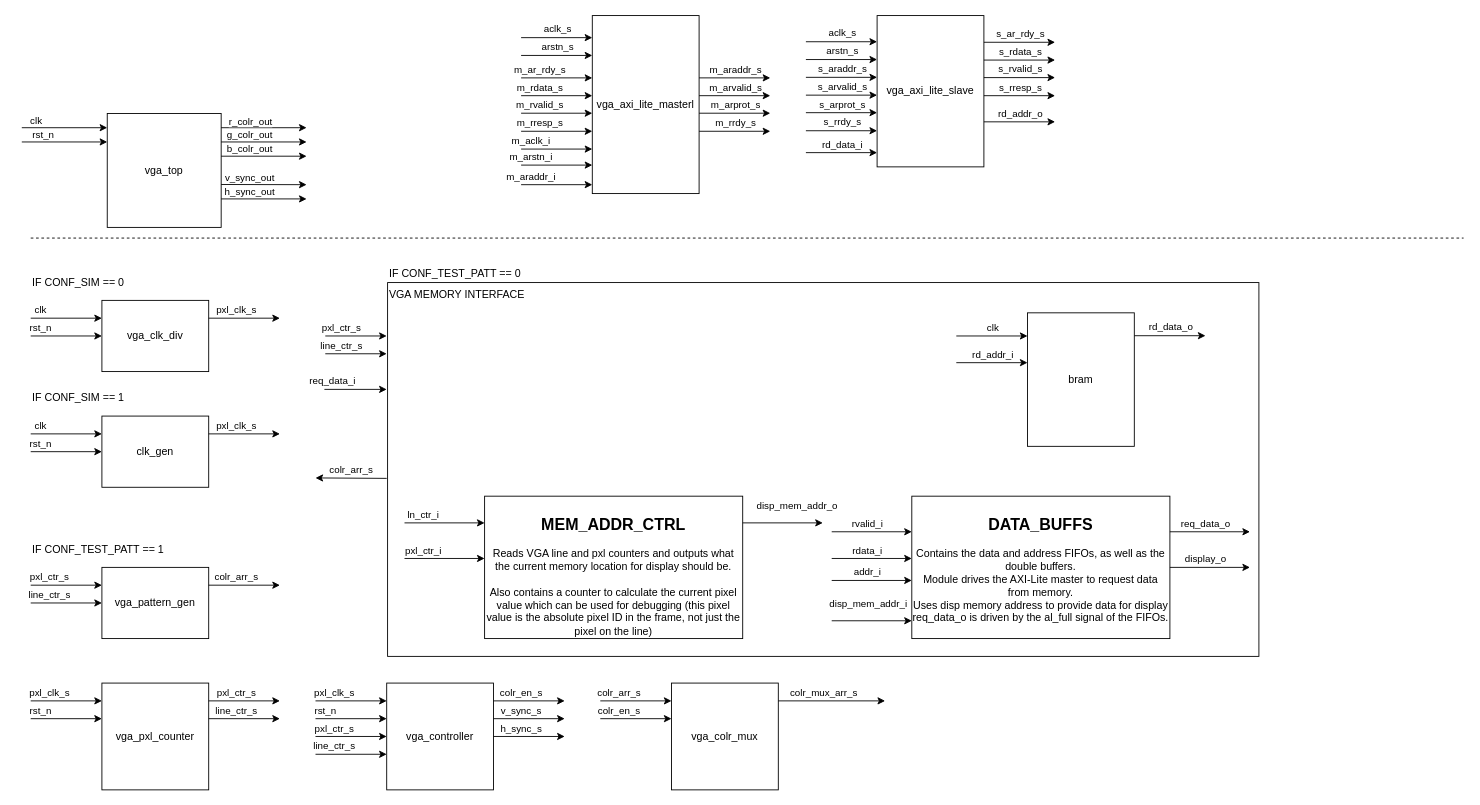
T-Szymk/VGA_Controller keeps this draw.io diagram as page "vga_arch_int_BRAM" (3 of 5) of docs/top_lvl_block_diagram.drawio. Above is the earlier version. Source tidied: cells renumbered, new cells numbered last; positions are measured from the earlier drawing's top-left corner, leaving out a move shared by most shapes. Both pictures are drawn from the tidied source at 89%, with x=0, y=0 at pixel (21, 15).
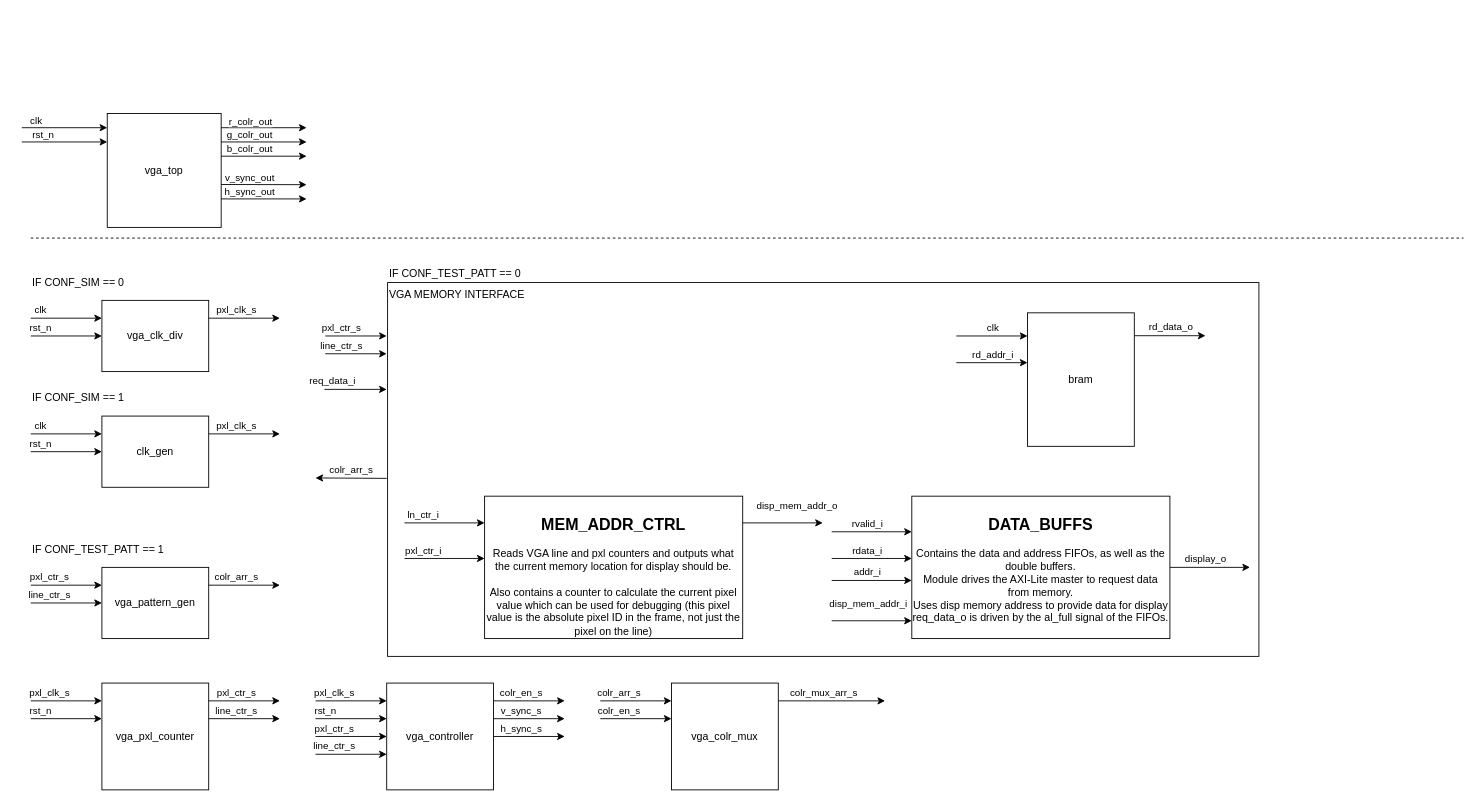
Above is the later version.

Change to the diagram source:
```diff
@@
-    <mxCell id="68" value="vga_axi_lite_masterl" style="rounded=0;whiteSpace=wrap;html=1;" parent="1" vertex="1">
-      <mxGeometry x="641" width="120" height="200" as="geometry" />
-    </mxCell>
@@
-    <mxCell id="70" value="vga_axi_lite_slave" style="rounded=0;whiteSpace=wrap;html=1;" parent="1" vertex="1">
-      <mxGeometry x="961" width="120" height="170" as="geometry" />
-    </mxCell>
@@
-    <mxCell id="75" style="endArrow=classic;html=1;rounded=0;entryX=0;entryY=0.25;entryDx=0;entryDy=0;" parent="1" edge="1">
-      <mxGeometry relative="1" as="geometry">
-        <mxPoint x="561" y="70" as="sourcePoint" />
-        <mxPoint x="641" y="70" as="targetPoint" />
-      </mxGeometry>
-    </mxCell>
-    <mxCell id="76" value="m_ar_rdy_s" style="edgeLabel;html=1;align=center;verticalAlign=middle;" parent="75" vertex="1">
-      <mxGeometry x="-0.47" y="2" relative="1" as="geometry">
-        <mxPoint x="-1" y="-8" as="offset" />
-      </mxGeometry>
-    </mxCell>
-    <mxCell id="77" style="endArrow=classic;html=1;rounded=0;entryX=0;entryY=0.25;entryDx=0;entryDy=0;" parent="1" edge="1">
-      <mxGeometry relative="1" as="geometry">
-        <mxPoint x="561" y="24.8" as="sourcePoint" />
-        <mxPoint x="641" y="24.8" as="targetPoint" />
-      </mxGeometry>
-    </mxCell>
-    <mxCell id="78" value="aclk_s" style="edgeLabel;html=1;align=center;verticalAlign=middle;" parent="77" vertex="1">
-      <mxGeometry x="-0.47" y="2" relative="1" as="geometry">
-        <mxPoint x="19" y="-8" as="offset" />
-      </mxGeometry>
-    </mxCell>
-    <mxCell id="79" style="endArrow=classic;html=1;rounded=0;entryX=0;entryY=0.25;entryDx=0;entryDy=0;" parent="1" edge="1">
-      <mxGeometry relative="1" as="geometry">
-        <mxPoint x="561" y="44.8" as="sourcePoint" />
-        <mxPoint x="641" y="44.8" as="targetPoint" />
-      </mxGeometry>
-    </mxCell>
-    <mxCell id="80" value="arstn_s" style="edgeLabel;html=1;align=center;verticalAlign=middle;" parent="79" vertex="1">
-      <mxGeometry x="-0.47" y="2" relative="1" as="geometry">
-        <mxPoint x="19" y="-8" as="offset" />
-      </mxGeometry>
-    </mxCell>
-    <mxCell id="81" style="endArrow=classic;html=1;rounded=0;entryX=0;entryY=0.25;entryDx=0;entryDy=0;" parent="1" edge="1">
-      <mxGeometry relative="1" as="geometry">
-        <mxPoint x="761" y="70" as="sourcePoint" />
-        <mxPoint x="841" y="70" as="targetPoint" />
-      </mxGeometry>
-    </mxCell>
-    <mxCell id="82" value="m_araddr_s" style="edgeLabel;html=1;align=center;verticalAlign=middle;" parent="81" vertex="1">
-      <mxGeometry x="-0.47" y="2" relative="1" as="geometry">
-        <mxPoint x="19" y="-8" as="offset" />
-      </mxGeometry>
-    </mxCell>
-    <mxCell id="83" style="endArrow=classic;html=1;rounded=0;entryX=0;entryY=0.25;entryDx=0;entryDy=0;" parent="1" edge="1">
-      <mxGeometry relative="1" as="geometry">
-        <mxPoint x="761" y="90" as="sourcePoint" />
-        <mxPoint x="841" y="90" as="targetPoint" />
-      </mxGeometry>
-    </mxCell>
-    <mxCell id="84" value="m_arvalid_s" style="edgeLabel;html=1;align=center;verticalAlign=middle;" parent="83" vertex="1">
-      <mxGeometry x="-0.47" y="2" relative="1" as="geometry">
-        <mxPoint x="19" y="-8" as="offset" />
-      </mxGeometry>
-    </mxCell>
-    <mxCell id="85" style="endArrow=classic;html=1;rounded=0;entryX=0;entryY=0.25;entryDx=0;entryDy=0;" parent="1" edge="1">
-      <mxGeometry relative="1" as="geometry">
-        <mxPoint x="761" y="109.7" as="sourcePoint" />
-        <mxPoint x="841" y="109.7" as="targetPoint" />
-      </mxGeometry>
-    </mxCell>
-    <mxCell id="86" value="m_arprot_s" style="edgeLabel;html=1;align=center;verticalAlign=middle;" parent="85" vertex="1">
-      <mxGeometry x="-0.47" y="2" relative="1" as="geometry">
-        <mxPoint x="19" y="-8" as="offset" />
-      </mxGeometry>
-    </mxCell>
-    <mxCell id="87" style="endArrow=classic;html=1;rounded=0;entryX=0;entryY=0.25;entryDx=0;entryDy=0;" parent="1" edge="1">
-      <mxGeometry relative="1" as="geometry">
-        <mxPoint x="761" y="130" as="sourcePoint" />
-        <mxPoint x="841" y="130" as="targetPoint" />
-      </mxGeometry>
-    </mxCell>
-    <mxCell id="88" value="m_rrdy_s" style="edgeLabel;html=1;align=center;verticalAlign=middle;" parent="87" vertex="1">
-      <mxGeometry x="-0.47" y="2" relative="1" as="geometry">
-        <mxPoint x="19" y="-8" as="offset" />
-      </mxGeometry>
-    </mxCell>
-    <mxCell id="89" style="endArrow=classic;html=1;rounded=0;entryX=0;entryY=0.25;entryDx=0;entryDy=0;" parent="1" edge="1">
-      <mxGeometry relative="1" as="geometry">
-        <mxPoint x="561" y="90" as="sourcePoint" />
-        <mxPoint x="641" y="90" as="targetPoint" />
-      </mxGeometry>
-    </mxCell>
-    <mxCell id="90" value="m_rdata_s" style="edgeLabel;html=1;align=center;verticalAlign=middle;" parent="89" vertex="1">
-      <mxGeometry x="-0.47" y="2" relative="1" as="geometry">
-        <mxPoint x="-1" y="-8" as="offset" />
-      </mxGeometry>
-    </mxCell>
-    <mxCell id="91" style="endArrow=classic;html=1;rounded=0;entryX=0;entryY=0.25;entryDx=0;entryDy=0;" parent="1" edge="1">
-      <mxGeometry relative="1" as="geometry">
-        <mxPoint x="561" y="109.7" as="sourcePoint" />
-        <mxPoint x="641" y="109.7" as="targetPoint" />
-      </mxGeometry>
-    </mxCell>
-    <mxCell id="92" value="m_rvalid_s" style="edgeLabel;html=1;align=center;verticalAlign=middle;" parent="91" vertex="1">
-      <mxGeometry x="-0.47" y="2" relative="1" as="geometry">
-        <mxPoint x="-1" y="-8" as="offset" />
-      </mxGeometry>
-    </mxCell>
-    <mxCell id="93" style="endArrow=classic;html=1;rounded=0;entryX=0;entryY=0.25;entryDx=0;entryDy=0;" parent="1" edge="1">
-      <mxGeometry relative="1" as="geometry">
-        <mxPoint x="561" y="130" as="sourcePoint" />
-        <mxPoint x="641" y="130" as="targetPoint" />
-      </mxGeometry>
-    </mxCell>
-    <mxCell id="94" value="m_rresp_s" style="edgeLabel;html=1;align=center;verticalAlign=middle;" parent="93" vertex="1">
-      <mxGeometry x="-0.47" y="2" relative="1" as="geometry">
-        <mxPoint x="-1" y="-8" as="offset" />
-      </mxGeometry>
-    </mxCell>
-    <mxCell id="95" style="endArrow=classic;html=1;rounded=0;entryX=0;entryY=0.25;entryDx=0;entryDy=0;" parent="1" edge="1">
-      <mxGeometry relative="1" as="geometry">
-        <mxPoint x="881" y="29.4" as="sourcePoint" />
-        <mxPoint x="961" y="29.4" as="targetPoint" />
-      </mxGeometry>
-    </mxCell>
-    <mxCell id="96" value="aclk_s" style="edgeLabel;html=1;align=center;verticalAlign=middle;" parent="95" vertex="1">
-      <mxGeometry x="-0.47" y="2" relative="1" as="geometry">
-        <mxPoint x="19" y="-8" as="offset" />
-      </mxGeometry>
-    </mxCell>
-    <mxCell id="97" style="endArrow=classic;html=1;rounded=0;entryX=0;entryY=0.25;entryDx=0;entryDy=0;" parent="1" edge="1">
-      <mxGeometry relative="1" as="geometry">
-        <mxPoint x="881" y="49.4" as="sourcePoint" />
-        <mxPoint x="961" y="49.4" as="targetPoint" />
-      </mxGeometry>
-    </mxCell>
-    <mxCell id="98" value="arstn_s" style="edgeLabel;html=1;align=center;verticalAlign=middle;" parent="97" vertex="1">
-      <mxGeometry x="-0.47" y="2" relative="1" as="geometry">
-        <mxPoint x="19" y="-8" as="offset" />
-      </mxGeometry>
-    </mxCell>
-    <mxCell id="99" style="endArrow=classic;html=1;rounded=0;entryX=0;entryY=0.25;entryDx=0;entryDy=0;" parent="1" edge="1">
-      <mxGeometry relative="1" as="geometry">
-        <mxPoint x="881" y="69.4" as="sourcePoint" />
-        <mxPoint x="961" y="69.4" as="targetPoint" />
-      </mxGeometry>
-    </mxCell>
-    <mxCell id="100" value="s_araddr_s" style="edgeLabel;html=1;align=center;verticalAlign=middle;" parent="99" vertex="1">
-      <mxGeometry x="-0.47" y="2" relative="1" as="geometry">
-        <mxPoint x="19" y="-8" as="offset" />
-      </mxGeometry>
-    </mxCell>
-    <mxCell id="101" style="endArrow=classic;html=1;rounded=0;entryX=0;entryY=0.25;entryDx=0;entryDy=0;" parent="1" edge="1">
-      <mxGeometry relative="1" as="geometry">
-        <mxPoint x="881" y="89.4" as="sourcePoint" />
-        <mxPoint x="961" y="89.4" as="targetPoint" />
-      </mxGeometry>
-    </mxCell>
-    <mxCell id="102" value="s_arvalid_s" style="edgeLabel;html=1;align=center;verticalAlign=middle;" parent="101" vertex="1">
-      <mxGeometry x="-0.47" y="2" relative="1" as="geometry">
-        <mxPoint x="19" y="-8" as="offset" />
-      </mxGeometry>
-    </mxCell>
-    <mxCell id="103" style="endArrow=classic;html=1;rounded=0;entryX=0;entryY=0.25;entryDx=0;entryDy=0;" parent="1" edge="1">
-      <mxGeometry relative="1" as="geometry">
-        <mxPoint x="881" y="109.1" as="sourcePoint" />
-        <mxPoint x="961" y="109.1" as="targetPoint" />
-      </mxGeometry>
-    </mxCell>
-    <mxCell id="104" value="s_arprot_s" style="edgeLabel;html=1;align=center;verticalAlign=middle;" parent="103" vertex="1">
-      <mxGeometry x="-0.47" y="2" relative="1" as="geometry">
-        <mxPoint x="19" y="-8" as="offset" />
-      </mxGeometry>
-    </mxCell>
-    <mxCell id="105" style="endArrow=classic;html=1;rounded=0;entryX=0;entryY=0.25;entryDx=0;entryDy=0;" parent="1" edge="1">
-      <mxGeometry relative="1" as="geometry">
-        <mxPoint x="881" y="129.4" as="sourcePoint" />
-        <mxPoint x="961" y="129.4" as="targetPoint" />
-      </mxGeometry>
-    </mxCell>
-    <mxCell id="106" value="s_rrdy_s" style="edgeLabel;html=1;align=center;verticalAlign=middle;" parent="105" vertex="1">
-      <mxGeometry x="-0.47" y="2" relative="1" as="geometry">
-        <mxPoint x="19" y="-8" as="offset" />
-      </mxGeometry>
-    </mxCell>
-    <mxCell id="107" style="endArrow=classic;html=1;rounded=0;entryX=0;entryY=0.25;entryDx=0;entryDy=0;" parent="1" edge="1">
-      <mxGeometry relative="1" as="geometry">
-        <mxPoint x="1081" y="30" as="sourcePoint" />
-        <mxPoint x="1161" y="30" as="targetPoint" />
-      </mxGeometry>
-    </mxCell>
-    <mxCell id="108" value="s_ar_rdy_s" style="edgeLabel;html=1;align=center;verticalAlign=middle;" parent="107" vertex="1">
-      <mxGeometry x="-0.47" y="2" relative="1" as="geometry">
-        <mxPoint x="19" y="-8" as="offset" />
-      </mxGeometry>
-    </mxCell>
-    <mxCell id="109" style="endArrow=classic;html=1;rounded=0;entryX=0;entryY=0.25;entryDx=0;entryDy=0;" parent="1" edge="1">
-      <mxGeometry relative="1" as="geometry">
-        <mxPoint x="1081" y="50" as="sourcePoint" />
-        <mxPoint x="1161" y="50" as="targetPoint" />
-      </mxGeometry>
-    </mxCell>
-    <mxCell id="110" value="s_rdata_s" style="edgeLabel;html=1;align=center;verticalAlign=middle;" parent="109" vertex="1">
-      <mxGeometry x="-0.47" y="2" relative="1" as="geometry">
-        <mxPoint x="19" y="-8" as="offset" />
-      </mxGeometry>
-    </mxCell>
-    <mxCell id="111" style="endArrow=classic;html=1;rounded=0;entryX=0;entryY=0.25;entryDx=0;entryDy=0;" parent="1" edge="1">
-      <mxGeometry relative="1" as="geometry">
-        <mxPoint x="1081" y="69.7" as="sourcePoint" />
-        <mxPoint x="1161" y="69.7" as="targetPoint" />
-      </mxGeometry>
-    </mxCell>
-    <mxCell id="112" value="s_rvalid_s" style="edgeLabel;html=1;align=center;verticalAlign=middle;" parent="111" vertex="1">
-      <mxGeometry x="-0.47" y="2" relative="1" as="geometry">
-        <mxPoint x="19" y="-8" as="offset" />
-      </mxGeometry>
-    </mxCell>
-    <mxCell id="113" style="endArrow=classic;html=1;rounded=0;entryX=0;entryY=0.25;entryDx=0;entryDy=0;" parent="1" edge="1">
-      <mxGeometry relative="1" as="geometry">
-        <mxPoint x="1081" y="90" as="sourcePoint" />
-        <mxPoint x="1161" y="90" as="targetPoint" />
-      </mxGeometry>
-    </mxCell>
-    <mxCell id="114" value="s_rresp_s" style="edgeLabel;html=1;align=center;verticalAlign=middle;" parent="113" vertex="1">
-      <mxGeometry x="-0.47" y="2" relative="1" as="geometry">
-        <mxPoint x="19" y="-8" as="offset" />
-      </mxGeometry>
-    </mxCell>
-    <mxCell id="115" style="endArrow=classic;html=1;rounded=0;entryX=0;entryY=0.25;entryDx=0;entryDy=0;" parent="1" edge="1">
-      <mxGeometry relative="1" as="geometry">
-        <mxPoint x="561" y="150" as="sourcePoint" />
-        <mxPoint x="641" y="150" as="targetPoint" />
-      </mxGeometry>
-    </mxCell>
-    <mxCell id="116" value="m_aclk_i" style="edgeLabel;html=1;align=center;verticalAlign=middle;" parent="115" vertex="1">
-      <mxGeometry x="-0.5" y="2" relative="1" as="geometry">
-        <mxPoint x="-10" y="-8" as="offset" />
-      </mxGeometry>
-    </mxCell>
-    <mxCell id="117" style="endArrow=classic;html=1;rounded=0;entryX=0;entryY=0.25;entryDx=0;entryDy=0;" parent="1" edge="1">
-      <mxGeometry relative="1" as="geometry">
-        <mxPoint x="561" y="168" as="sourcePoint" />
-        <mxPoint x="641" y="168" as="targetPoint" />
-      </mxGeometry>
-    </mxCell>
-    <mxCell id="118" value="m_arstn_i" style="edgeLabel;html=1;align=center;verticalAlign=middle;" parent="117" vertex="1">
-      <mxGeometry x="-0.47" y="2" relative="1" as="geometry">
-        <mxPoint x="-11" y="-8" as="offset" />
-      </mxGeometry>
-    </mxCell>
@@
-    <mxCell id="121" style="endArrow=classic;html=1;rounded=0;entryX=0;entryY=0.25;entryDx=0;entryDy=0;" parent="1" edge="1">
-      <mxGeometry relative="1" as="geometry">
-        <mxPoint x="561" y="190" as="sourcePoint" />
-        <mxPoint x="641" y="190" as="targetPoint" />
-      </mxGeometry>
-    </mxCell>
-    <mxCell id="122" value="m_araddr_i" style="edgeLabel;html=1;align=center;verticalAlign=middle;" parent="121" vertex="1">
-      <mxGeometry x="-0.5" y="2" relative="1" as="geometry">
-        <mxPoint x="-10" y="-8" as="offset" />
-      </mxGeometry>
-    </mxCell>
@@
-    <mxCell id="133" style="endArrow=classic;html=1;rounded=0;" parent="1" edge="1">
-      <mxGeometry relative="1" as="geometry">
-        <mxPoint x="1290" y="580" as="sourcePoint" />
-        <mxPoint x="1380" y="580" as="targetPoint" />
-      </mxGeometry>
-    </mxCell>
-    <mxCell id="134" value="req_data_o" style="edgeLabel;html=1;align=center;verticalAlign=middle;" parent="133" vertex="1">
-      <mxGeometry x="0.25" relative="1" as="geometry">
-        <mxPoint x="-17" y="-10" as="offset" />
-      </mxGeometry>
-    </mxCell>
@@
-    <mxCell id="146" style="endArrow=classic;html=1;rounded=0;entryX=0;entryY=0.25;entryDx=0;entryDy=0;" parent="1" edge="1">
-      <mxGeometry relative="1" as="geometry">
-        <mxPoint x="1081" y="119.4" as="sourcePoint" />
-        <mxPoint x="1161" y="119.4" as="targetPoint" />
-      </mxGeometry>
-    </mxCell>
-    <mxCell id="147" value="rd_addr_o" style="edgeLabel;html=1;align=center;verticalAlign=middle;" parent="146" vertex="1">
-      <mxGeometry x="-0.47" y="2" relative="1" as="geometry">
-        <mxPoint x="19" y="-8" as="offset" />
-      </mxGeometry>
-    </mxCell>
-    <mxCell id="148" style="endArrow=classic;html=1;rounded=0;entryX=0;entryY=0.25;entryDx=0;entryDy=0;" parent="1" edge="1">
-      <mxGeometry relative="1" as="geometry">
-        <mxPoint x="881" y="154" as="sourcePoint" />
-        <mxPoint x="961" y="154" as="targetPoint" />
-      </mxGeometry>
-    </mxCell>
-    <mxCell id="149" value="rd_data_i" style="edgeLabel;html=1;align=center;verticalAlign=middle;" parent="148" vertex="1">
-      <mxGeometry x="-0.47" y="2" relative="1" as="geometry">
-        <mxPoint x="19" y="-8" as="offset" />
-      </mxGeometry>
-    </mxCell>
```
